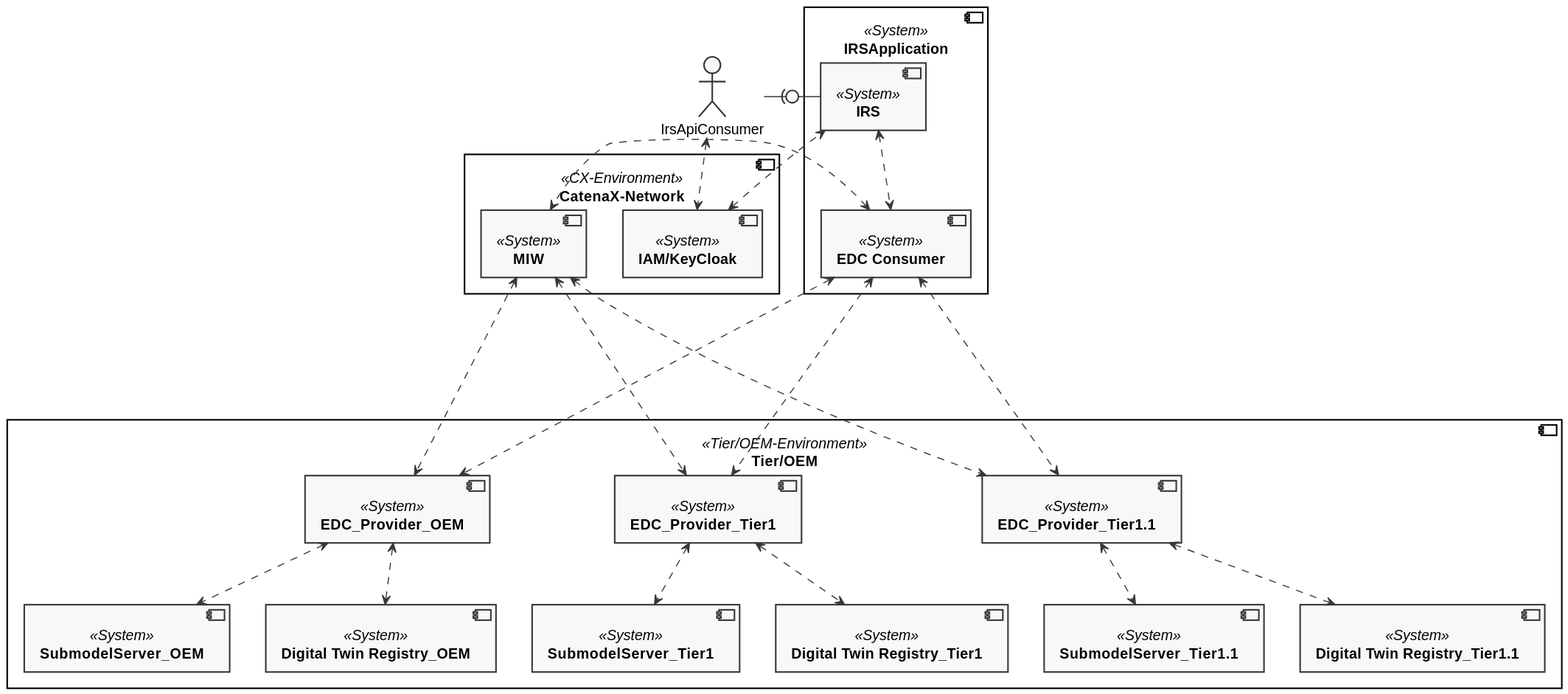
The PlantUML diagram static/img/irs_buidling_block_decentral.svg in eclipse-tractusx/eclipse-tractusx.github.io, before a commit.
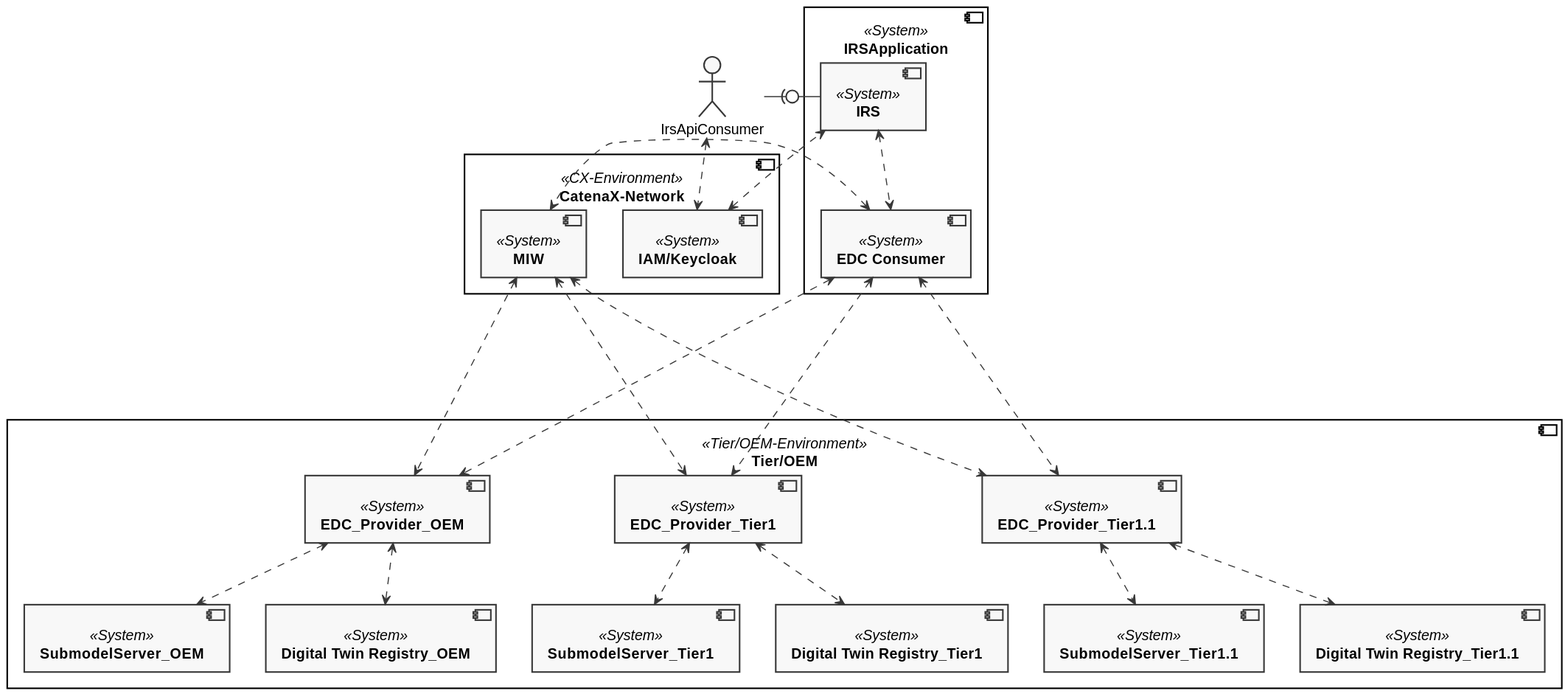
After the commit.

Commit message:
fix: replace KeyCloak with Keycloak

Diff of the diagram source:
```diff
@@ -11,7 +11,7 @@
 }
 
 component [**CatenaX-Network**] <<CX-Environment>> {
-    component [**IAM/KeyCloak**] <<System>> as IAM_IRS
+    component [**IAM/Keycloak**] <<System>> as IAM_IRS
     component [**MIW**] <<System>> as identity_wallet
 }
 
```
